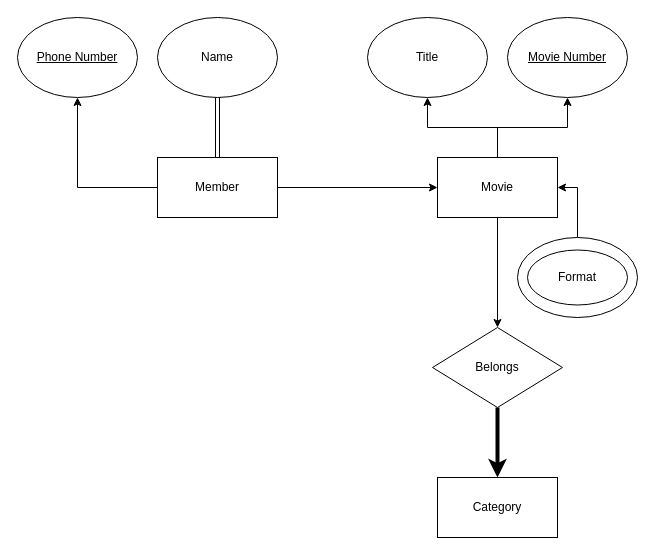
Karina-Zhangg/ER-diagram-SQL keeps this draw.io diagram as Untitled Diagram.drawio. Above is the earlier version. Source tidied: cells renumbered, new cells numbered last; positions are measured from the earlier drawing's top-left corner, leaving out a move shared by most shapes. Both pictures are drawn from the tidied source at 100%, with x=0, y=0 at pixel (17, 17).
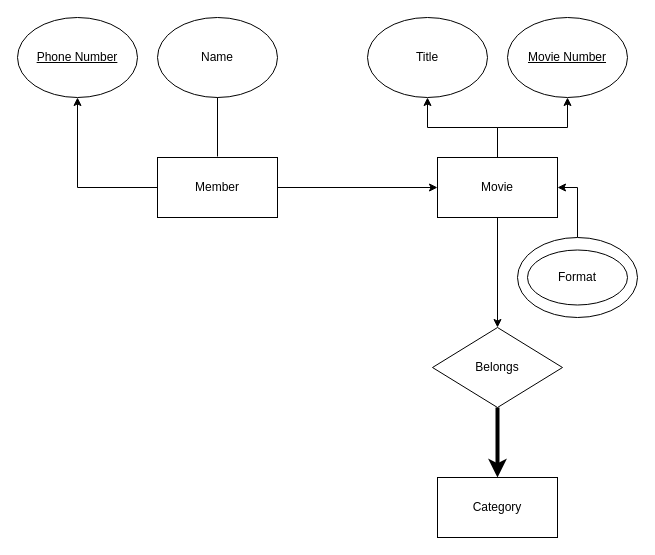
Above is the later version.

Unchanged cells that the change refers to:
```xml
<mxCell id="8" value="Member" style="rounded=0;whiteSpace=wrap;html=1;" parent="1" vertex="1">
  <mxGeometry x="140" y="140" width="120" height="60" as="geometry" />
</mxCell>
<mxCell id="17" value="Name" style="ellipse;whiteSpace=wrap;html=1;" parent="1" vertex="1">
  <mxGeometry x="140" width="120" height="80" as="geometry" />
</mxCell>
```

Diff of the diagram source:
```diff
@@
-    <mxCell id="15" style="edgeStyle=orthogonalEdgeStyle;rounded=0;jettySize=auto;html=1;entryX=0.5;entryY=0;entryDx=0;entryDy=0;strokeColor=none;" parent="1" edge="1" source="17" target="8">
-      <mxGeometry relative="1" as="geometry" />
-    </mxCell>
-    <mxCell id="16" style="rounded=0;jettySize=auto;html=1;shape=link;" parent="1" edge="1" source="17">
-      <mxGeometry relative="1" as="geometry">
-        <mxPoint x="200" y="140" as="targetPoint" />
-      </mxGeometry>
-    </mxCell>
@@
+    <mxCell id="21" style="endArrow=none;html=1;rounded=0;entryX=0.5;entryY=1;entryDx=0;entryDy=0;" parent="1" edge="1" target="17">
+      <mxGeometry relative="1" as="geometry">
+        <mxPoint x="200" y="139" as="sourcePoint" />
+      </mxGeometry>
+    </mxCell>
```
